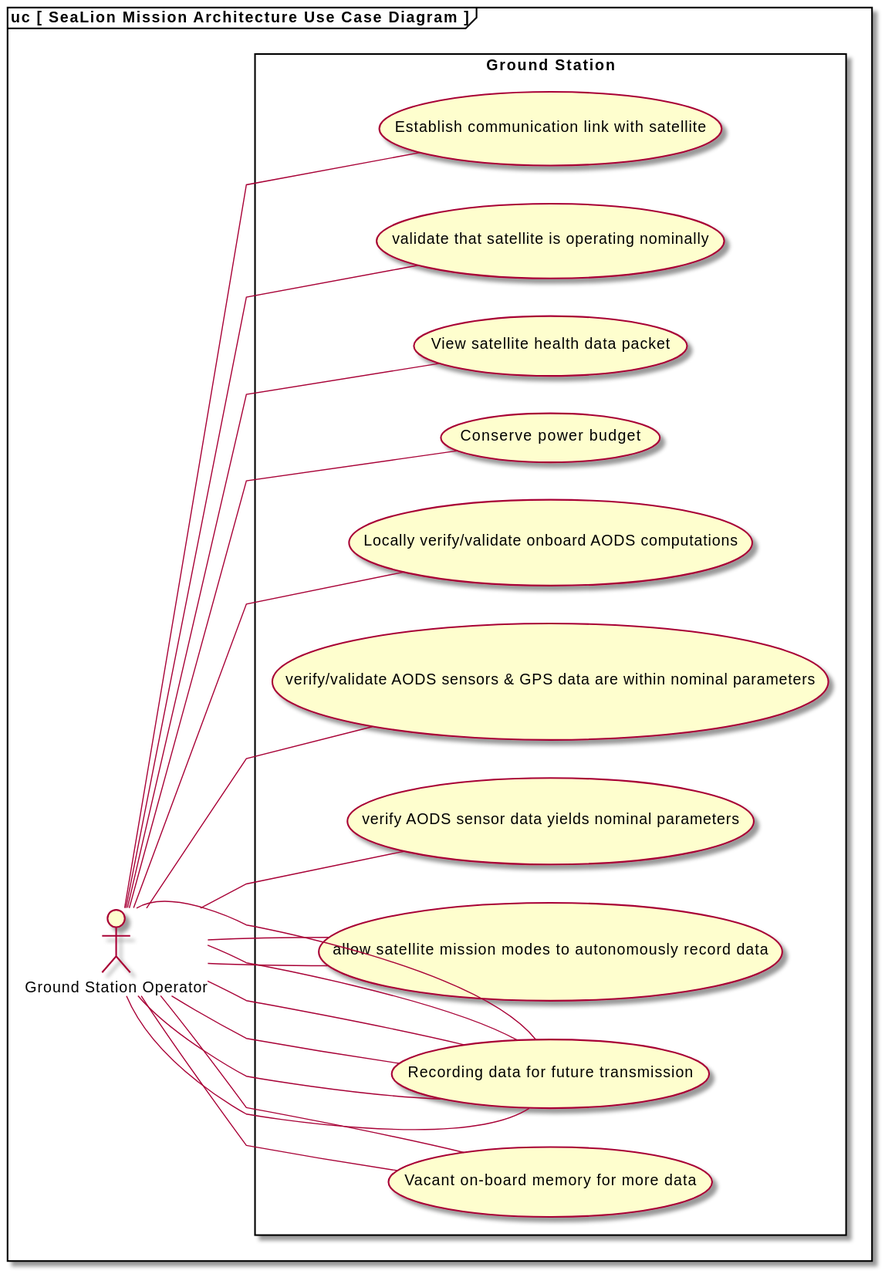
This is use-case-diagram.svg from capsulecorplab/flight-software, a PlantUML export, as it was before one commit. Its source is kept beside it as use-case-diagram.puml.
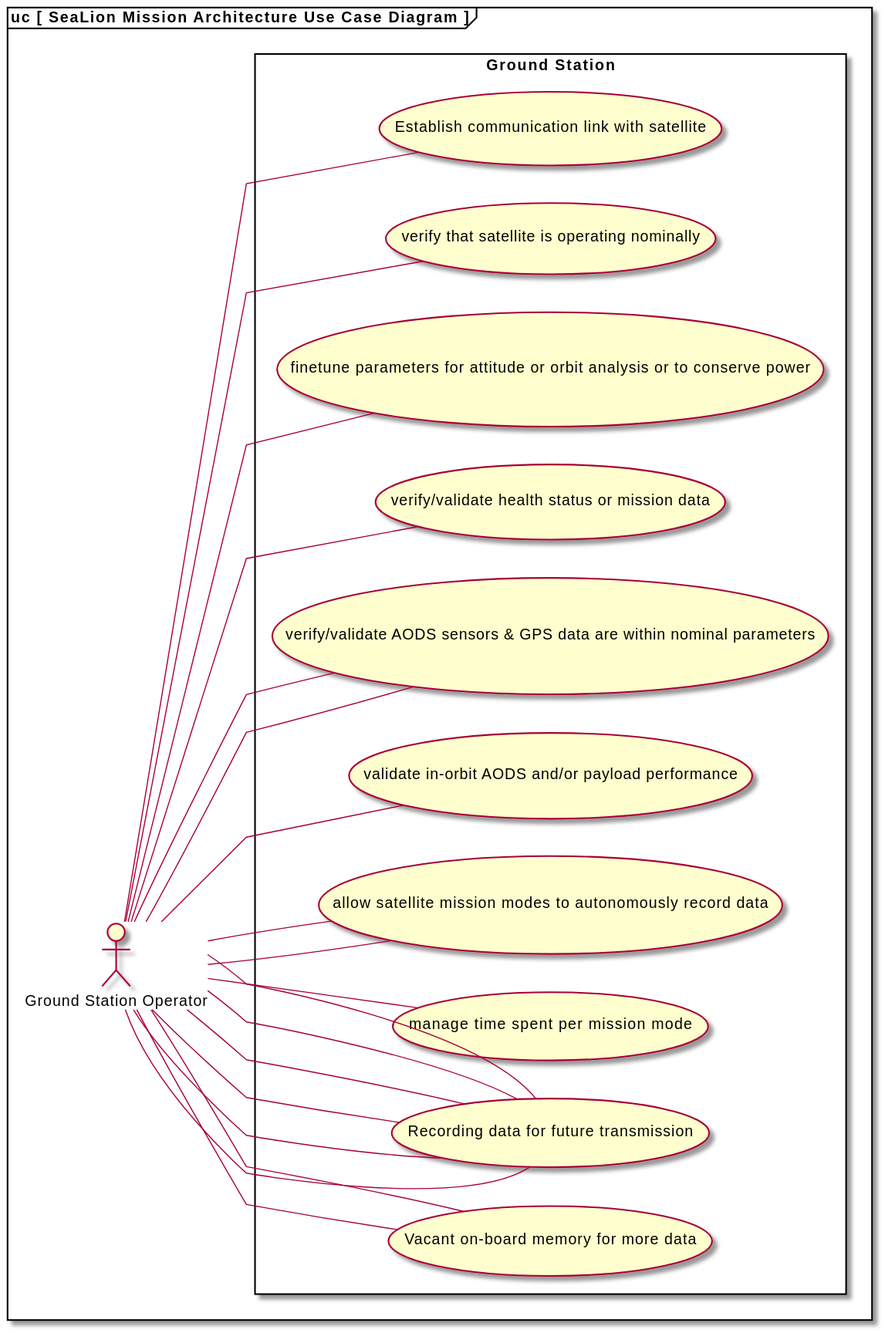
Later version of the same file.

The edit, as a diff of the source:
```diff
@@ -10,19 +10,21 @@
 
         (Establish communication link with satellite)
 
-        (validate that satellite is operating nominally)
+        (verify that satellite is operating nominally)
 
-        (View satellite health data packet)
+        (finetune parameters for attitude or orbit analysis or to conserve power)
 
-        (Conserve power budget)
-
-        (Locally verify/validate onboard AODS computations)
+        (verify/validate health status or mission data)
 
         (verify/validate AODS sensors & GPS data are within nominal parameters)
 
-        (verify AODS sensor data yields nominal parameters)
+        (verify/validate AODS sensors & GPS data are within nominal parameters)
+
+        (validate in-orbit AODS and/or payload performance)
 
         (allow satellite mission modes to autonomously record data)
+
+        (manage time spent per mission mode)
 
         (allow satellite mission modes to autonomously record data)
 
@@ -48,19 +50,21 @@
 
     :Ground Station Operator: -- (Establish communication link with satellite)
 
-    :Ground Station Operator: -- (validate that satellite is operating nominally)
+    :Ground Station Operator: -- (verify that satellite is operating nominally)
 
-    :Ground Station Operator: -- (View satellite health data packet)
+    :Ground Station Operator: -- (finetune parameters for attitude or orbit analysis or to conserve power)
 
-    :Ground Station Operator: -- (Conserve power budget)
-
-    :Ground Station Operator: -- (Locally verify/validate onboard AODS computations)
+    :Ground Station Operator: -- (verify/validate health status or mission data)
 
     :Ground Station Operator: -- (verify/validate AODS sensors & GPS data are within nominal parameters)
 
-    :Ground Station Operator: -- (verify AODS sensor data yields nominal parameters)
+    :Ground Station Operator: -- (verify/validate AODS sensors & GPS data are within nominal parameters)
+
+    :Ground Station Operator: -- (validate in-orbit AODS and/or payload performance)
 
     :Ground Station Operator: -- (allow satellite mission modes to autonomously record data)
+
+    :Ground Station Operator: -- (manage time spent per mission mode)
 
     :Ground Station Operator: -- (allow satellite mission modes to autonomously record data)
 
```
